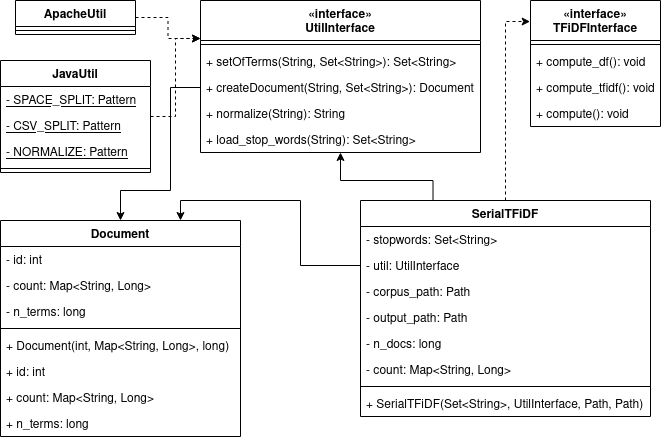
The draw.io diagram diagrams/SerialUML.png in JohnVithor/TFiDF-Concorrente, before a commit. Source tidied: cells renumbered, new cells last; positions are measured from the earlier drawing's top-left corner, leaving out a move shared by most shapes.
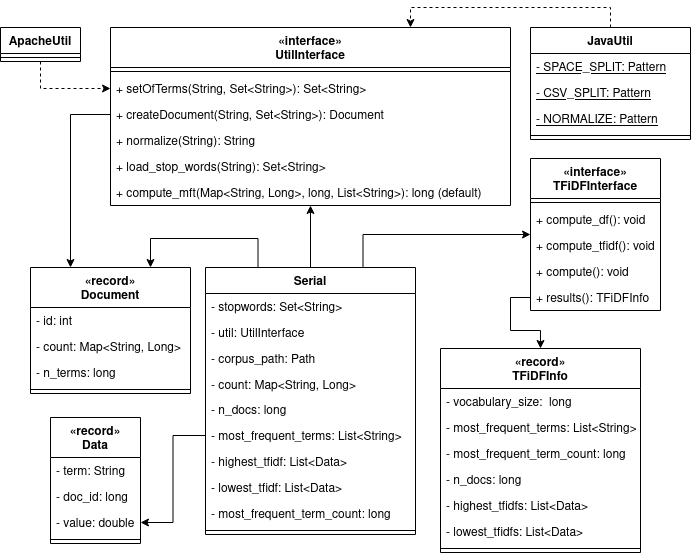
Above is the later version.

Commit message:
atualizando diagramas

Change to the diagram source:
```diff
@@ -2,127 +2,118 @@
   <root>
     <mxCell id="0" />
     <mxCell id="1" parent="0" />
-    <mxCell id="2" style="edgeStyle=orthogonalEdgeStyle;rounded=0;jettySize=auto;html=1;entryX=0;entryY=0.25;entryDx=0;entryDy=0;dashed=1;" parent="1" edge="1" source="3" target="12">
+    <mxCell id="2" style="edgeStyle=orthogonalEdgeStyle;rounded=0;jettySize=auto;html=1;entryX=0.75;entryY=0;entryDx=0;entryDy=0;dashed=1;exitX=0.5;exitY=0;exitDx=0;exitDy=0;" parent="1" edge="1" source="3" target="12">
       <mxGeometry relative="1" as="geometry" />
     </mxCell>
     <mxCell id="3" value="JavaUtil" style="swimlane;fontStyle=1;align=center;verticalAlign=top;horizontal=1;startSize=26;" parent="1" vertex="1">
-      <mxGeometry y="60" width="150" height="112" as="geometry" />
+      <mxGeometry x="520" y="209" width="160" height="112" as="geometry" />
     </mxCell>
     <mxCell id="4" value="- SPACE_SPLIT: Pattern " style="text;strokeColor=none;fillColor=none;align=left;verticalAlign=top;spacingLeft=4;spacingRight=4;overflow=hidden;fontStyle=4;" parent="3" vertex="1">
-      <mxGeometry y="26" width="150" height="26" as="geometry" />
+      <mxGeometry y="26" width="160" height="26" as="geometry" />
     </mxCell>
     <mxCell id="5" value="- CSV_SPLIT: Pattern " style="text;strokeColor=none;fillColor=none;align=left;verticalAlign=top;spacingLeft=4;spacingRight=4;overflow=hidden;fontStyle=4;" parent="3" vertex="1">
-      <mxGeometry y="52" width="150" height="26" as="geometry" />
+      <mxGeometry y="52" width="160" height="26" as="geometry" />
     </mxCell>
     <mxCell id="6" value="- NORMALIZE: Pattern " style="text;strokeColor=none;fillColor=none;align=left;verticalAlign=top;spacingLeft=4;spacingRight=4;overflow=hidden;fontStyle=4;" parent="3" vertex="1">
-      <mxGeometry y="78" width="150" height="26" as="geometry" />
+      <mxGeometry y="78" width="160" height="26" as="geometry" />
     </mxCell>
     <mxCell id="7" style="line;strokeWidth=1;fillColor=none;align=left;verticalAlign=middle;spacingTop=-1;spacingLeft=3;spacingRight=3;labelPosition=right;" parent="3" vertex="1">
-      <mxGeometry y="104" width="150" height="8" as="geometry" />
+      <mxGeometry y="104" width="160" height="8" as="geometry" />
     </mxCell>
-    <mxCell id="8" style="edgeStyle=orthogonalEdgeStyle;rounded=0;jettySize=auto;html=1;entryX=0;entryY=0.25;entryDx=0;entryDy=0;exitX=1;exitY=0.5;exitDx=0;exitDy=0;dashed=1;" parent="1" edge="1" source="9" target="12">
+    <mxCell id="8" style="edgeStyle=orthogonalEdgeStyle;rounded=0;jettySize=auto;html=1;entryX=0;entryY=0.5;entryDx=0;entryDy=0;exitX=0.5;exitY=1;exitDx=0;exitDy=0;dashed=1;" parent="1" edge="1" source="9" target="14">
       <mxGeometry relative="1" as="geometry" />
     </mxCell>
     <mxCell id="9" value="ApacheUtil" style="swimlane;fontStyle=1;align=center;verticalAlign=top;horizontal=1;startSize=26;" parent="1" vertex="1">
-      <mxGeometry x="15" width="120" height="34" as="geometry" />
+      <mxGeometry x="-10" y="209" width="80" height="34" as="geometry" />
     </mxCell>
     <mxCell id="10" style="line;strokeWidth=1;fillColor=none;align=left;verticalAlign=middle;spacingTop=-1;spacingLeft=3;spacingRight=3;labelPosition=right;" parent="9" vertex="1">
-      <mxGeometry y="26" width="120" height="8" as="geometry" />
+      <mxGeometry y="26" width="80" height="8" as="geometry" />
     </mxCell>
-    <mxCell id="11" style="edgeStyle=orthogonalEdgeStyle;rounded=0;jettySize=auto;html=1;exitX=0;exitY=0.5;exitDx=0;exitDy=0;" parent="1" edge="1" source="15" target="18">
-      <mxGeometry relative="1" as="geometry">
-        <Array as="points">
-          <mxPoint x="170" y="87" />
-          <mxPoint x="170" y="190" />
-          <mxPoint x="120" y="190" />
-        </Array>
-      </mxGeometry>
-    </mxCell>
     <mxCell id="12" value="«interface»&#10;UtilInterface" style="swimlane;fontStyle=1;align=center;verticalAlign=top;horizontal=1;startSize=40;" parent="1" vertex="1">
-      <mxGeometry x="200" width="280" height="152" as="geometry" />
+      <mxGeometry x="100" y="209" width="400" height="178" as="geometry" />
     </mxCell>
     <mxCell id="13" style="line;strokeWidth=1;fillColor=none;align=left;verticalAlign=middle;spacingTop=-1;spacingLeft=3;spacingRight=3;labelPosition=right;" parent="12" vertex="1">
-      <mxGeometry y="40" width="280" height="8" as="geometry" />
+      <mxGeometry y="40" width="400" height="8" as="geometry" />
     </mxCell>
     <mxCell id="14" value="+ setOfTerms(String, Set&lt;String&gt;): Set&lt;String&gt;" style="text;strokeColor=none;fillColor=none;align=left;verticalAlign=top;spacingLeft=4;spacingRight=4;overflow=hidden;points=[[0,0.5],[1,0.5]];portConstraint=eastwest;" parent="12" vertex="1">
-      <mxGeometry y="48" width="280" height="26" as="geometry" />
+      <mxGeometry y="48" width="400" height="26" as="geometry" />
     </mxCell>
     <mxCell id="15" value="+ createDocument(String, Set&lt;String&gt;): Document" style="text;strokeColor=none;fillColor=none;align=left;verticalAlign=top;spacingLeft=4;spacingRight=4;overflow=hidden;points=[[0,0.5],[1,0.5]];portConstraint=eastwest;" parent="12" vertex="1">
-      <mxGeometry y="74" width="280" height="26" as="geometry" />
+      <mxGeometry y="74" width="400" height="26" as="geometry" />
     </mxCell>
     <mxCell id="16" value="+ normalize(String): String" style="text;strokeColor=none;fillColor=none;align=left;verticalAlign=top;spacingLeft=4;spacingRight=4;overflow=hidden;" parent="12" vertex="1">
-      <mxGeometry y="100" width="280" height="26" as="geometry" />
+      <mxGeometry y="100" width="400" height="26" as="geometry" />
     </mxCell>
     <mxCell id="17" value="+ load_stop_words(String): Set&lt;String&gt;" style="text;strokeColor=none;fillColor=none;align=left;verticalAlign=top;spacingLeft=4;spacingRight=4;overflow=hidden;" parent="12" vertex="1">
-      <mxGeometry y="126" width="280" height="26" as="geometry" />
+      <mxGeometry y="126" width="400" height="26" as="geometry" />
     </mxCell>
+    <mxCell id="44" value="+ compute_mft(Map&lt;String, Long&gt;, long, List&lt;String&gt;): long (default)" style="text;strokeColor=none;fillColor=none;align=left;verticalAlign=top;spacingLeft=4;spacingRight=4;overflow=hidden;" parent="12" vertex="1">
+      <mxGeometry y="152" width="400" height="26" as="geometry" />
+    </mxCell>
-    <mxCell id="18" value="Document" style="swimlane;fontStyle=1;align=center;verticalAlign=top;horizontal=1;startSize=26;" parent="1" vertex="1">
-      <mxGeometry y="220" width="240" height="216" as="geometry" />
+    <mxCell id="18" value="«record»&#10;Document" style="swimlane;fontStyle=1;align=center;verticalAlign=top;horizontal=1;startSize=40;" parent="1" vertex="1">
+      <mxGeometry x="20" y="449" width="160" height="126" as="geometry" />
     </mxCell>
     <mxCell id="19" value="- id: int" style="text;strokeColor=none;fillColor=none;align=left;verticalAlign=top;spacingLeft=4;spacingRight=4;overflow=hidden;" parent="18" vertex="1">
-      <mxGeometry y="26" width="240" height="26" as="geometry" />
+      <mxGeometry y="40" width="160" height="26" as="geometry" />
     </mxCell>
     <mxCell id="20" value="- count: Map&lt;String, Long&gt;" style="text;strokeColor=none;fillColor=none;align=left;verticalAlign=top;spacingLeft=4;spacingRight=4;overflow=hidden;" parent="18" vertex="1">
-      <mxGeometry y="52" width="240" height="26" as="geometry" />
+      <mxGeometry y="66" width="160" height="26" as="geometry" />
     </mxCell>
     <mxCell id="21" value="- n_terms: long" style="text;strokeColor=none;fillColor=none;align=left;verticalAlign=top;spacingLeft=4;spacingRight=4;overflow=hidden;" parent="18" vertex="1">
-      <mxGeometry y="78" width="240" height="26" as="geometry" />
+      <mxGeometry y="92" width="160" height="26" as="geometry" />
     </mxCell>
     <mxCell id="22" style="line;strokeWidth=1;fillColor=none;align=left;verticalAlign=middle;spacingTop=-1;spacingLeft=3;spacingRight=3;labelPosition=right;" parent="18" vertex="1">
-      <mxGeometry y="104" width="240" height="8" as="geometry" />
+      <mxGeometry y="118" width="160" height="8" as="geometry" />
     </mxCell>
-    <mxCell id="23" value="+ Document(int, Map&lt;String, Long&gt;, long)" style="text;strokeColor=none;fillColor=none;align=left;verticalAlign=top;spacingLeft=4;spacingRight=4;overflow=hidden;" parent="18" vertex="1">
-      <mxGeometry y="112" width="240" height="26" as="geometry" />
-    </mxCell>
-    <mxCell id="24" value="+ id: int" style="text;strokeColor=none;fillColor=none;align=left;verticalAlign=top;spacingLeft=4;spacingRight=4;overflow=hidden;" parent="18" vertex="1">
-      <mxGeometry y="138" width="240" height="26" as="geometry" />
-    </mxCell>
-    <mxCell id="25" value="+ count: Map&lt;String, Long&gt;" style="text;strokeColor=none;fillColor=none;align=left;verticalAlign=top;spacingLeft=4;spacingRight=4;overflow=hidden;" parent="18" vertex="1">
-      <mxGeometry y="164" width="240" height="26" as="geometry" />
-    </mxCell>
-    <mxCell id="26" value="+ n_terms: long" style="text;strokeColor=none;fillColor=none;align=left;verticalAlign=top;spacingLeft=4;spacingRight=4;overflow=hidden;" parent="18" vertex="1">
-      <mxGeometry y="190" width="240" height="26" as="geometry" />
-    </mxCell>
+    <mxCell id="28" style="edgeStyle=orthogonalEdgeStyle;rounded=0;jettySize=auto;html=1;exitX=0.5;exitY=0;exitDx=0;exitDy=0;" parent="1" edge="1" source="29" target="12">
+      <mxGeometry relative="1" as="geometry" />
+    </mxCell>
+    <mxCell id="45" style="edgeStyle=orthogonalEdgeStyle;rounded=0;jettySize=auto;html=1;exitX=0.25;exitY=0;exitDx=0;exitDy=0;entryX=0.75;entryY=0;entryDx=0;entryDy=0;" parent="1" edge="1" source="29" target="18">
+      <mxGeometry relative="1" as="geometry">
+        <Array as="points">
+          <mxPoint x="248" y="420" />
+          <mxPoint x="140" y="420" />
+        </Array>
+      </mxGeometry>
+    </mxCell>
-    <mxCell id="27" style="edgeStyle=orthogonalEdgeStyle;rounded=0;jettySize=auto;html=1;entryX=-0.003;entryY=0.167;entryDx=0;entryDy=0;entryPerimeter=0;dashed=1;exitX=0.5;exitY=0;exitDx=0;exitDy=0;" parent="1" edge="1" source="29" target="38">
+    <mxCell id="27" style="edgeStyle=orthogonalEdgeStyle;rounded=0;jettySize=auto;html=1;exitX=0.75;exitY=0;exitDx=0;exitDy=0;" parent="1" edge="1" source="29" target="38">
       <mxGeometry relative="1" as="geometry" />
     </mxCell>
-    <mxCell id="28" style="edgeStyle=orthogonalEdgeStyle;rounded=0;jettySize=auto;html=1;exitX=0.25;exitY=0;exitDx=0;exitDy=0;" parent="1" edge="1" source="29" target="12">
-      <mxGeometry relative="1" as="geometry">
-        <Array as="points">
-          <mxPoint x="433" y="180" />
-          <mxPoint x="340" y="180" />
-        </Array>
-      </mxGeometry>
-    </mxCell>
-    <mxCell id="29" value="SerialTFiDF" style="swimlane;fontStyle=1;align=center;verticalAlign=top;horizontal=1;startSize=26;" parent="1" vertex="1">
-      <mxGeometry x="360" y="200" width="290" height="216" as="geometry" />
+    <mxCell id="29" value="Serial" style="swimlane;fontStyle=1;align=center;verticalAlign=top;horizontal=1;startSize=26;" parent="1" vertex="1">
+      <mxGeometry x="195" y="449" width="210" height="267" as="geometry" />
     </mxCell>
     <mxCell id="30" value="- stopwords: Set&lt;String&gt;" style="text;strokeColor=none;fillColor=none;align=left;verticalAlign=top;spacingLeft=4;spacingRight=4;overflow=hidden;" parent="29" vertex="1">
-      <mxGeometry y="26" width="290" height="26" as="geometry" />
+      <mxGeometry y="26" width="210" height="26" as="geometry" />
     </mxCell>
     <mxCell id="31" value="- util: UtilInterface" style="text;strokeColor=none;fillColor=none;align=left;verticalAlign=top;spacingLeft=4;spacingRight=4;overflow=hidden;points=[[0,0.5],[1,0.5]];portConstraint=eastwest;" parent="29" vertex="1">
-      <mxGeometry y="52" width="290" height="26" as="geometry" />
+      <mxGeometry y="52" width="210" height="26" as="geometry" />
     </mxCell>
     <mxCell id="32" value="- corpus_path: Path" style="text;strokeColor=none;fillColor=none;align=left;verticalAlign=top;spacingLeft=4;spacingRight=4;overflow=hidden;" parent="29" vertex="1">
-      <mxGeometry y="78" width="290" height="26" as="geometry" />
+      <mxGeometry y="78" width="210" height="26" as="geometry" />
     </mxCell>
-    <mxCell id="33" value="- output_path: Path" style="text;strokeColor=none;fillColor=none;align=left;verticalAlign=top;spacingLeft=4;spacingRight=4;overflow=hidden;" parent="29" vertex="1">
-      <mxGeometry y="104" width="290" height="26" as="geometry" />
-    </mxCell>
+    <mxCell id="35" value="- count: Map&lt;String, Long&gt;" style="text;strokeColor=none;fillColor=none;align=left;verticalAlign=top;spacingLeft=4;spacingRight=4;overflow=hidden;" parent="29" vertex="1">
+      <mxGeometry y="104" width="210" height="25" as="geometry" />
+    </mxCell>
+    <mxCell id="46" value="- n_docs: long" style="text;strokeColor=none;fillColor=none;align=left;verticalAlign=top;spacingLeft=4;spacingRight=4;overflow=hidden;" parent="29" vertex="1">
+      <mxGeometry y="129" width="210" height="26" as="geometry" />
+    </mxCell>
-    <mxCell id="34" value="- n_docs: long" style="text;strokeColor=none;fillColor=none;align=left;verticalAlign=top;spacingLeft=4;spacingRight=4;overflow=hidden;points=[[0,0.5],[1,0.5]];portConstraint=eastwest;" parent="29" vertex="1">
-      <mxGeometry y="130" width="290" height="26" as="geometry" />
+    <mxCell id="34" value="- most_frequent_terms: List&lt;String&gt;" style="text;strokeColor=none;fillColor=none;align=left;verticalAlign=top;spacingLeft=4;spacingRight=4;overflow=hidden;points=[[0,0.5],[1,0.5]];portConstraint=eastwest;" parent="29" vertex="1">
+      <mxGeometry y="155" width="210" height="26" as="geometry" />
     </mxCell>
-    <mxCell id="35" value="- count: Map&lt;String, Long&gt;" style="text;strokeColor=none;fillColor=none;align=left;verticalAlign=top;spacingLeft=4;spacingRight=4;overflow=hidden;" parent="29" vertex="1">
-      <mxGeometry y="156" width="290" height="26" as="geometry" />
-    </mxCell>
+    <mxCell id="47" value="- highest_tfidf: List&lt;Data&gt;" style="text;strokeColor=none;fillColor=none;align=left;verticalAlign=top;spacingLeft=4;spacingRight=4;overflow=hidden;" parent="29" vertex="1">
+      <mxGeometry y="181" width="210" height="26" as="geometry" />
+    </mxCell>
+    <mxCell id="48" value="- lowest_tfidf: List&lt;Data&gt;" style="text;strokeColor=none;fillColor=none;align=left;verticalAlign=top;spacingLeft=4;spacingRight=4;overflow=hidden;" parent="29" vertex="1">
+      <mxGeometry y="207" width="210" height="26" as="geometry" />
+    </mxCell>
+    <mxCell id="49" value="- most_frequent_term_count: long" style="text;strokeColor=none;fillColor=none;align=left;verticalAlign=top;spacingLeft=4;spacingRight=4;overflow=hidden;" parent="29" vertex="1">
+      <mxGeometry y="233" width="210" height="26" as="geometry" />
+    </mxCell>
     <mxCell id="36" style="line;strokeWidth=1;fillColor=none;align=left;verticalAlign=middle;spacingTop=-1;spacingLeft=3;spacingRight=3;labelPosition=right;" parent="29" vertex="1">
-      <mxGeometry y="182" width="290" height="8" as="geometry" />
+      <mxGeometry y="259" width="210" height="8" as="geometry" />
     </mxCell>
-    <mxCell id="37" value="+ SerialTFiDF(Set&lt;String&gt;, UtilInterface, Path, Path)" style="text;strokeColor=none;fillColor=none;align=left;verticalAlign=top;spacingLeft=4;spacingRight=4;overflow=hidden;" parent="29" vertex="1">
-      <mxGeometry y="190" width="290" height="26" as="geometry" />
-    </mxCell>
     <mxCell id="38" value="«interface»&#10;TFiDFInterface" style="swimlane;fontStyle=1;align=center;verticalAlign=top;horizontal=1;startSize=40;" parent="1" vertex="1">
-      <mxGeometry x="530" width="130" height="126" as="geometry" />
+      <mxGeometry x="520" y="340" width="130" height="152" as="geometry" />
     </mxCell>
     <mxCell id="39" style="line;strokeWidth=1;fillColor=none;align=left;verticalAlign=middle;spacingTop=-1;spacingLeft=3;spacingRight=3;labelPosition=right;" parent="38" vertex="1">
       <mxGeometry y="40" width="130" height="8" as="geometry" />
@@ -136,8 +127,56 @@
     <mxCell id="42" value="+ compute(): void" style="text;strokeColor=none;fillColor=none;align=left;verticalAlign=top;spacingLeft=4;spacingRight=4;overflow=hidden;" parent="38" vertex="1">
       <mxGeometry y="100" width="130" height="26" as="geometry" />
     </mxCell>
-    <mxCell id="43" style="edgeStyle=orthogonalEdgeStyle;rounded=0;jettySize=auto;html=1;exitX=0;exitY=0.5;exitDx=0;exitDy=0;entryX=0.75;entryY=0;entryDx=0;entryDy=0;" parent="1" edge="1" source="31" target="18">
-      <mxGeometry relative="1" as="geometry" />
-    </mxCell>
+    <mxCell id="50" value="+ results(): TFiDFInfo" style="text;strokeColor=none;fillColor=none;align=left;verticalAlign=top;spacingLeft=4;spacingRight=4;overflow=hidden;points=[[0,0.5],[1,0.5]];portConstraint=eastwest;" parent="38" vertex="1">
+      <mxGeometry y="126" width="130" height="26" as="geometry" />
+    </mxCell>
+    <mxCell id="51" value="«record»&#10;Data" style="swimlane;fontStyle=1;align=center;verticalAlign=top;horizontal=1;startSize=40;" parent="1" vertex="1">
+      <mxGeometry x="40" y="599" width="90" height="126" as="geometry" />
+    </mxCell>
+    <mxCell id="52" value="- term: String" style="text;strokeColor=none;fillColor=none;align=left;verticalAlign=top;spacingLeft=4;spacingRight=4;overflow=hidden;" parent="51" vertex="1">
+      <mxGeometry y="40" width="90" height="26" as="geometry" />
+    </mxCell>
+    <mxCell id="53" value="- doc_id: long" style="text;strokeColor=none;fillColor=none;align=left;verticalAlign=top;spacingLeft=4;spacingRight=4;overflow=hidden;" parent="51" vertex="1">
+      <mxGeometry y="66" width="90" height="26" as="geometry" />
+    </mxCell>
+    <mxCell id="54" value="- value: double" style="text;strokeColor=none;fillColor=none;align=left;verticalAlign=top;spacingLeft=4;spacingRight=4;overflow=hidden;points=[[0,0.5],[1,0.5]];portConstraint=eastwest;" parent="51" vertex="1">
+      <mxGeometry y="92" width="90" height="26" as="geometry" />
+    </mxCell>
+    <mxCell id="55" style="line;strokeWidth=1;fillColor=none;align=left;verticalAlign=middle;spacingTop=-1;spacingLeft=3;spacingRight=3;labelPosition=right;" parent="51" vertex="1">
+      <mxGeometry y="118" width="90" height="8" as="geometry" />
+    </mxCell>
+    <mxCell id="56" value="«record»&#10;TFiDFInfo" style="swimlane;fontStyle=1;align=center;verticalAlign=top;horizontal=1;startSize=40;" parent="1" vertex="1">
+      <mxGeometry x="430" y="530" width="200" height="204" as="geometry" />
+    </mxCell>
+    <mxCell id="57" value="- vocabulary_size:  long" style="text;strokeColor=none;fillColor=none;align=left;verticalAlign=top;spacingLeft=4;spacingRight=4;overflow=hidden;" parent="56" vertex="1">
+      <mxGeometry y="40" width="200" height="26" as="geometry" />
+    </mxCell>
+    <mxCell id="58" value="- most_frequent_terms: List&lt;String&gt;" style="text;strokeColor=none;fillColor=none;align=left;verticalAlign=top;spacingLeft=4;spacingRight=4;overflow=hidden;" parent="56" vertex="1">
+      <mxGeometry y="66" width="200" height="26" as="geometry" />
+    </mxCell>
+    <mxCell id="59" value="- most_frequent_term_count: long" style="text;strokeColor=none;fillColor=none;align=left;verticalAlign=top;spacingLeft=4;spacingRight=4;overflow=hidden;" parent="56" vertex="1">
+      <mxGeometry y="92" width="200" height="26" as="geometry" />
+    </mxCell>
+    <mxCell id="60" value="- n_docs: long" style="text;strokeColor=none;fillColor=none;align=left;verticalAlign=top;spacingLeft=4;spacingRight=4;overflow=hidden;" parent="56" vertex="1">
+      <mxGeometry y="118" width="200" height="26" as="geometry" />
+    </mxCell>
+    <mxCell id="61" value="- highest_tfidfs: List&lt;Data&gt;" style="text;strokeColor=none;fillColor=none;align=left;verticalAlign=top;spacingLeft=4;spacingRight=4;overflow=hidden;" parent="56" vertex="1">
+      <mxGeometry y="144" width="200" height="26" as="geometry" />
+    </mxCell>
+    <mxCell id="62" value="- lowest_tfidfs: List&lt;Data&gt;" style="text;strokeColor=none;fillColor=none;align=left;verticalAlign=top;spacingLeft=4;spacingRight=4;overflow=hidden;" parent="56" vertex="1">
+      <mxGeometry y="170" width="200" height="26" as="geometry" />
+    </mxCell>
+    <mxCell id="63" style="line;strokeWidth=1;fillColor=none;align=left;verticalAlign=middle;spacingTop=-1;spacingLeft=3;spacingRight=3;labelPosition=right;" parent="56" vertex="1">
+      <mxGeometry y="196" width="200" height="8" as="geometry" />
+    </mxCell>
+    <mxCell id="11" style="edgeStyle=orthogonalEdgeStyle;rounded=0;jettySize=auto;html=1;entryX=0.25;entryY=0;entryDx=0;entryDy=0;" parent="1" edge="1" source="15" target="18">
+      <mxGeometry relative="1" as="geometry" />
+    </mxCell>
+    <mxCell id="64" style="edgeStyle=orthogonalEdgeStyle;rounded=0;jettySize=auto;html=1;entryX=0.5;entryY=0;entryDx=0;entryDy=0;" parent="1" edge="1" source="50" target="56">
+      <mxGeometry relative="1" as="geometry" />
+    </mxCell>
+    <mxCell id="65" style="edgeStyle=orthogonalEdgeStyle;rounded=0;jettySize=auto;html=1;entryX=1;entryY=0.5;entryDx=0;entryDy=0;" parent="1" edge="1" source="34" target="54">
+      <mxGeometry relative="1" as="geometry" />
+    </mxCell>
   </root>
 </mxGraphModel>
```
